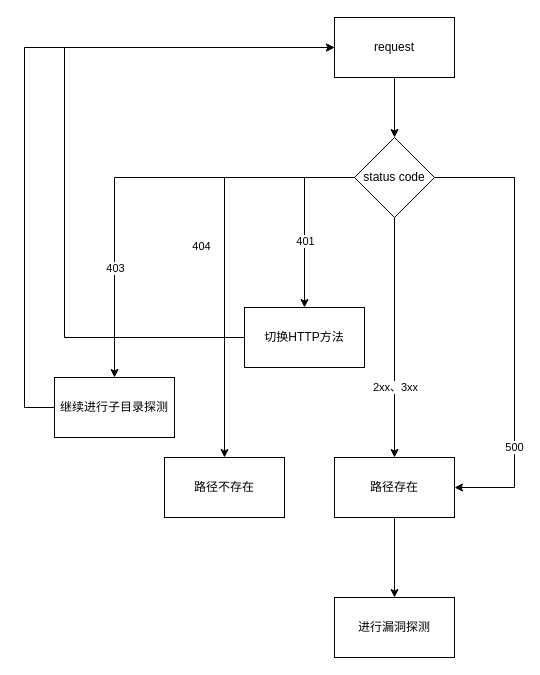
Before: graphs/未命名绘图.drawio in blackw4tch/diagrams_images, a draw.io diagram. Source tidied: cells renumbered, new cells numbered last; positions are measured from the earlier drawing's top-left corner, leaving out a move shared by most shapes. Both pictures are drawn from the tidied source at 100%, with x=0, y=0 at pixel (24, 17).
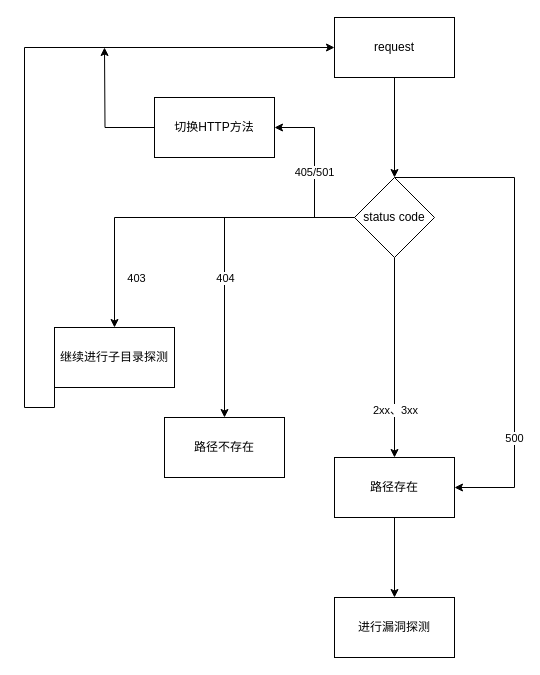
After the change.

The change refers to these unchanged cells:
```xml
<mxCell id="3" value="request" style="rounded=0;whiteSpace=wrap;html=1;" parent="1" vertex="1">
  <mxGeometry x="310" width="120" height="60" as="geometry" />
</mxCell>
<mxCell id="6" style="edgeStyle=orthogonalEdgeStyle;rounded=0;jettySize=auto;html=1;" parent="1" edge="1" source="14" target="18">
  <mxGeometry relative="1" as="geometry" />
</mxCell>
```

The edit, as a diff of the source:
```diff
@@
     <mxCell id="7" value="403" style="edgeLabel;html=1;align=center;verticalAlign=middle;" parent="6" vertex="1">
       <mxGeometry x="-0.12" y="-1" relative="1" as="geometry">
-        <mxPoint x="-46" y="91" as="offset" />
+        <mxPoint x="-65" y="61" as="offset" />
       </mxGeometry>
     </mxCell>
     <mxCell id="8" style="edgeStyle=orthogonalEdgeStyle;rounded=0;jettySize=auto;html=1;" parent="1" edge="1" source="14" target="19">
-      <mxGeometry relative="1" as="geometry" />
+      <mxGeometry relative="1" as="geometry">
+        <Array as="points">
+          <mxPoint x="200" y="200" />
+        </Array>
+      </mxGeometry>
     </mxCell>
@@
-    <mxCell id="12" style="edgeStyle=orthogonalEdgeStyle;rounded=0;jettySize=auto;html=1;entryX=0.5;entryY=0;entryDx=0;entryDy=0;exitX=0;exitY=0.5;exitDx=0;exitDy=0;" parent="1" edge="1" source="14" target="22">
+    <mxCell id="12" value="405/501&lt;br&gt;" style="edgeStyle=orthogonalEdgeStyle;rounded=0;jettySize=auto;html=1;entryX=1;entryY=0.5;entryDx=0;entryDy=0;" parent="1" edge="1" source="14" target="22">
       <mxGeometry relative="1" as="geometry" />
     </mxCell>
-    <mxCell id="13" value="401" style="edgeLabel;html=1;align=center;verticalAlign=middle;" parent="12" vertex="1">
-      <mxGeometry x="0.25" relative="1" as="geometry" />
-    </mxCell>
     <mxCell id="14" value="status code" style="rhombus;whiteSpace=wrap;html=1;rounded=0;" parent="1" vertex="1">
-      <mxGeometry x="330" y="120" width="80" height="80" as="geometry" />
+      <mxGeometry x="330" y="160" width="80" height="80" as="geometry" />
     </mxCell>
@@
     <mxCell id="18" value="继续进行子目录探测" style="rounded=0;whiteSpace=wrap;html=1;" parent="1" vertex="1">
-      <mxGeometry x="30" y="360" width="120" height="60" as="geometry" />
+      <mxGeometry x="30" y="310" width="120" height="60" as="geometry" />
     </mxCell>
     <mxCell id="19" value="路径不存在" style="whiteSpace=wrap;html=1;rounded=0;" parent="1" vertex="1">
-      <mxGeometry x="140" y="440" width="120" height="60" as="geometry" />
+      <mxGeometry x="140" y="400" width="120" height="60" as="geometry" />
     </mxCell>
@@
-    <mxCell id="21" style="edgeStyle=orthogonalEdgeStyle;rounded=0;jettySize=auto;html=1;entryX=0;entryY=0.5;entryDx=0;entryDy=0;exitX=0;exitY=0.5;exitDx=0;exitDy=0;" parent="1" edge="1" source="22" target="3">
-      <mxGeometry relative="1" as="geometry">
-        <Array as="points">
-          <mxPoint x="40" y="320" />
-          <mxPoint x="40" y="30" />
-        </Array>
-      </mxGeometry>
-    </mxCell>
+    <mxCell id="23" style="edgeStyle=orthogonalEdgeStyle;rounded=0;jettySize=auto;html=1;" parent="1" edge="1" source="22">
+      <mxGeometry relative="1" as="geometry">
+        <mxPoint x="80" y="30" as="targetPoint" />
+      </mxGeometry>
+    </mxCell>
     <mxCell id="22" value="切换HTTP方法" style="whiteSpace=wrap;html=1;rounded=0;" parent="1" vertex="1">
-      <mxGeometry x="220" y="290" width="120" height="60" as="geometry" />
+      <mxGeometry x="130" y="80" width="120" height="60" as="geometry" />
     </mxCell>
```
